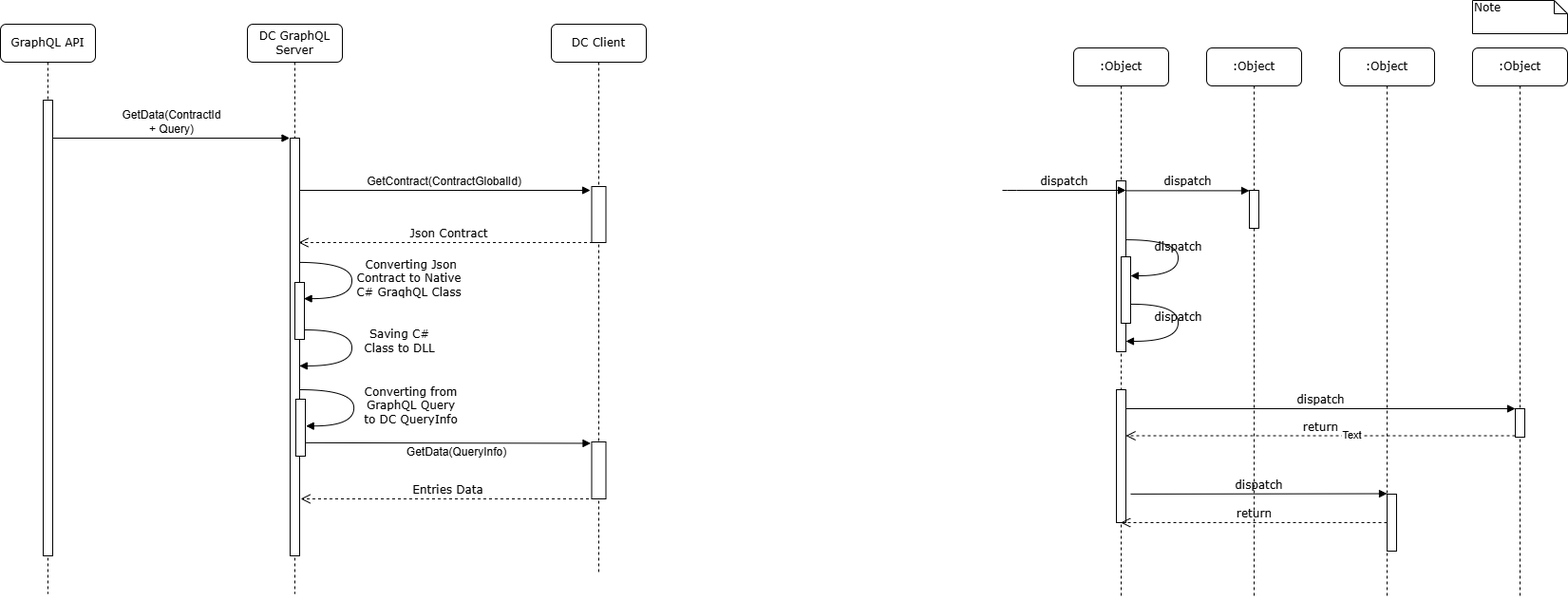
Before: Untitled Diagram.drawio.png, a diagram exported from draw.io (AlVasilyeu/Draw.io). Source tidied: cells renumbered, new cells last; positions are measured from the earlier drawing's top-left corner, leaving out a move shared by most shapes.
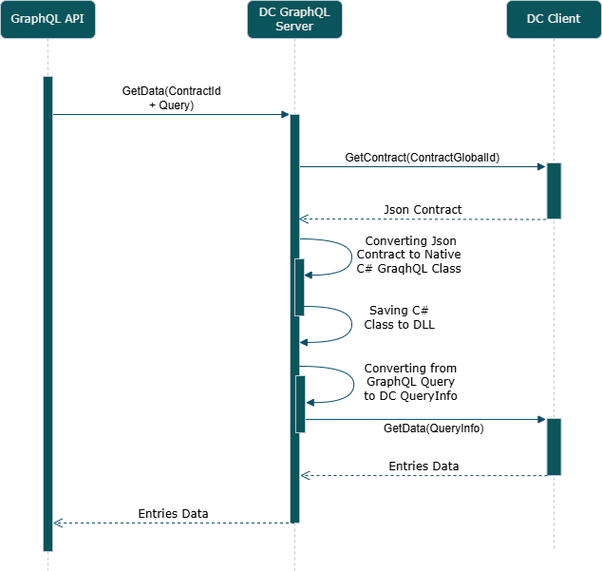
After the commit.

Change to the diagram source:
```diff
@@ -1,102 +1,22 @@
-<mxGraphModel>
+<mxGraphModel background="#ffffff">
   <root>
     <mxCell id="0" />
     <mxCell id="1" parent="0" />
+    <mxCell id="39" style="group;labelBackgroundColor=none;fontColor=#EEEEEE;" parent="1" vertex="1">
+      <mxGeometry x="24" y="25" width="609" height="600" as="geometry" />
+    </mxCell>
-    <mxCell id="2" value="&lt;span style=&quot;font-family: Helvetica; text-wrap-mode: wrap;&quot;&gt;GetContract(ContractGlobalId)&lt;/span&gt;" style="html=1;verticalAlign=bottom;endArrow=block;labelBackgroundColor=none;fontFamily=Verdana;fontSize=12;edgeStyle=elbowEdgeStyle;elbow=vertical;entryX=-0.096;entryY=0.053;entryDx=0;entryDy=0;entryPerimeter=0;" parent="1" edge="1" target="32">
+    <mxCell id="2" value="&lt;span style=&quot;font-family: Helvetica; text-wrap-mode: wrap;&quot;&gt;GetContract(ContractGlobalId)&lt;/span&gt;" style="html=1;verticalAlign=bottom;endArrow=block;labelBackgroundColor=none;fontFamily=Verdana;fontSize=12;edgeStyle=elbowEdgeStyle;elbow=vertical;entryX=-0.096;entryY=0.053;entryDx=0;entryDy=0;entryPerimeter=0;strokeColor=#0B4D6A;fontColor=default;" parent="39" edge="1" target="32">
       <mxGeometry relative="1" as="geometry">
-        <mxPoint x="312" y="200" as="sourcePoint" />
+        <mxPoint x="288" y="175" as="sourcePoint" />
         <Array as="points">
-          <mxPoint x="610" y="200" />
+          <mxPoint x="586" y="175" />
         </Array>
       </mxGeometry>
     </mxCell>
-    <mxCell id="3" value=":Object" style="shape=umlLifeline;perimeter=lifelinePerimeter;whiteSpace=wrap;html=1;outlineConnect=0;rounded=1;shadow=0;comic=0;labelBackgroundColor=none;strokeWidth=1;fontFamily=Verdana;fontSize=12;align=center;" parent="1" vertex="1">
-      <mxGeometry x="1130" y="50" width="100" height="580" as="geometry" />
-    </mxCell>
-    <mxCell id="4" value=":Object" style="shape=umlLifeline;perimeter=lifelinePerimeter;whiteSpace=wrap;html=1;rounded=1;shadow=0;comic=0;labelBackgroundColor=none;strokeWidth=1;fontFamily=Verdana;fontSize=12;align=center;" parent="1" vertex="1">
-      <mxGeometry x="1270" y="50" width="100" height="580" as="geometry" />
-    </mxCell>
-    <mxCell id="5" value=":Object" style="shape=umlLifeline;perimeter=lifelinePerimeter;whiteSpace=wrap;html=1;rounded=1;shadow=0;comic=0;labelBackgroundColor=none;strokeWidth=1;fontFamily=Verdana;fontSize=12;align=center;" parent="1" vertex="1">
-      <mxGeometry x="1410" y="50" width="100" height="580" as="geometry" />
-    </mxCell>
-    <mxCell id="6" value=":Object" style="shape=umlLifeline;perimeter=lifelinePerimeter;whiteSpace=wrap;html=1;rounded=1;shadow=0;comic=0;labelBackgroundColor=none;strokeWidth=1;fontFamily=Verdana;fontSize=12;align=center;" parent="1" vertex="1">
-      <mxGeometry x="1550" y="50" width="100" height="580" as="geometry" />
-    </mxCell>
-    <mxCell id="7" style="html=1;points=[];perimeter=orthogonalPerimeter;rounded=0;shadow=0;comic=0;labelBackgroundColor=none;strokeWidth=1;fontFamily=Verdana;fontSize=12;align=center;" parent="1" vertex="1">
-      <mxGeometry x="1175" y="190" width="10" height="180" as="geometry" />
-    </mxCell>
-    <mxCell id="8" style="html=1;points=[];perimeter=orthogonalPerimeter;rounded=0;shadow=0;comic=0;labelBackgroundColor=none;strokeWidth=1;fontFamily=Verdana;fontSize=12;align=center;" parent="1" vertex="1">
-      <mxGeometry x="1315" y="200" width="10" height="40" as="geometry" />
-    </mxCell>
-    <mxCell id="9" value="dispatch" style="html=1;verticalAlign=bottom;endArrow=block;entryX=0;entryY=0;labelBackgroundColor=none;fontFamily=Verdana;fontSize=12;edgeStyle=elbowEdgeStyle;elbow=vertical;" parent="1" edge="1" source="7" target="8">
-      <mxGeometry relative="1" as="geometry" />
-    </mxCell>
-    <mxCell id="10" style="html=1;points=[];perimeter=orthogonalPerimeter;rounded=0;shadow=0;comic=0;labelBackgroundColor=none;strokeWidth=1;fontFamily=Verdana;fontSize=12;align=center;" parent="1" vertex="1">
-      <mxGeometry x="1175" y="410" width="10" height="140" as="geometry" />
-    </mxCell>
-    <mxCell id="11" style="html=1;points=[];perimeter=orthogonalPerimeter;rounded=0;shadow=0;comic=0;labelBackgroundColor=none;strokeColor=#000000;strokeWidth=1;fillColor=#FFFFFF;fontFamily=Verdana;fontSize=12;fontColor=#000000;align=center;" parent="1" vertex="1">
-      <mxGeometry x="1595" y="430" width="10" height="30" as="geometry" />
-    </mxCell>
-    <mxCell id="12" value="dispatch" style="html=1;verticalAlign=bottom;endArrow=block;entryX=0;entryY=0;labelBackgroundColor=none;fontFamily=Verdana;fontSize=12;" parent="1" edge="1" source="10" target="11">
-      <mxGeometry relative="1" as="geometry" />
-    </mxCell>
-    <mxCell id="13" value="return" style="html=1;verticalAlign=bottom;endArrow=open;dashed=1;endSize=8;exitX=0;exitY=0.95;labelBackgroundColor=none;fontFamily=Verdana;fontSize=12;" parent="1" edge="1" source="11" target="10">
-      <mxGeometry relative="1" as="geometry" />
-    </mxCell>
-    <mxCell id="14" value="Text" style="edgeLabel;html=1;align=center;verticalAlign=middle;" parent="13" vertex="1">
-      <mxGeometry x="-0.16" y="-1" relative="1" as="geometry" />
-    </mxCell>
-    <mxCell id="15" style="html=1;points=[];perimeter=orthogonalPerimeter;rounded=0;shadow=0;comic=0;labelBackgroundColor=none;strokeWidth=1;fontFamily=Verdana;fontSize=12;align=center;" parent="1" vertex="1">
-      <mxGeometry x="1460" y="520" width="10" height="60" as="geometry" />
-    </mxCell>
-    <mxCell id="16" value="dispatch" style="html=1;verticalAlign=bottom;endArrow=block;entryX=0;entryY=0;labelBackgroundColor=none;fontFamily=Verdana;fontSize=12;edgeStyle=elbowEdgeStyle;elbow=vertical;" parent="1" edge="1" target="15">
-      <mxGeometry relative="1" as="geometry">
-        <mxPoint x="1190" y="519.9" as="sourcePoint" />
-      </mxGeometry>
-    </mxCell>
-    <mxCell id="17" value="return" style="html=1;verticalAlign=bottom;endArrow=open;dashed=1;endSize=8;labelBackgroundColor=none;fontFamily=Verdana;fontSize=12;edgeStyle=elbowEdgeStyle;elbow=vertical;" parent="1" edge="1" source="15" target="3">
-      <mxGeometry relative="1" as="geometry">
-        <Array as="points">
-          <mxPoint x="1160" y="570" />
-        </Array>
-      </mxGeometry>
-    </mxCell>
-    <mxCell id="18" style="html=1;points=[];perimeter=orthogonalPerimeter;rounded=0;shadow=0;comic=0;labelBackgroundColor=none;strokeWidth=1;fontFamily=Verdana;fontSize=12;align=center;" parent="1" vertex="1">
-      <mxGeometry x="1180" y="270" width="10" height="70" as="geometry" />
-    </mxCell>
-    <mxCell id="19" value="dispatch" style="html=1;verticalAlign=bottom;endArrow=block;labelBackgroundColor=none;fontFamily=Verdana;fontSize=12;elbow=vertical;edgeStyle=orthogonalEdgeStyle;curved=1;entryX=1;entryY=0.286;entryPerimeter=0;exitX=1.038;exitY=0.345;exitPerimeter=0;" parent="1" edge="1" source="7" target="18">
-      <mxGeometry relative="1" as="geometry">
-        <Array as="points">
-          <mxPoint x="1240" y="252" />
-          <mxPoint x="1240" y="290" />
-        </Array>
-      </mxGeometry>
-    </mxCell>
-    <mxCell id="20" value="dispatch" style="html=1;verticalAlign=bottom;endArrow=block;labelBackgroundColor=none;fontFamily=Verdana;fontSize=12;elbow=vertical;edgeStyle=orthogonalEdgeStyle;curved=1;exitX=1.066;exitY=0.713;exitPerimeter=0;" parent="1" edge="1" source="18">
-      <mxGeometry relative="1" as="geometry">
-        <mxPoint x="1185" y="359" as="targetPoint" />
-        <Array as="points">
-          <mxPoint x="1240" y="320" />
-          <mxPoint x="1240" y="359" />
-        </Array>
-      </mxGeometry>
-    </mxCell>
-    <mxCell id="21" value="Note" style="shape=note;whiteSpace=wrap;html=1;size=14;verticalAlign=top;align=left;spacingTop=-6;rounded=0;shadow=0;comic=0;labelBackgroundColor=none;strokeWidth=1;fontFamily=Verdana;fontSize=12;" parent="1" vertex="1">
-      <mxGeometry x="1550" width="100" height="35" as="geometry" />
-    </mxCell>
-    <mxCell id="22" value="dispatch" style="html=1;verticalAlign=bottom;endArrow=block;labelBackgroundColor=none;fontFamily=Verdana;fontSize=12;edgeStyle=elbowEdgeStyle;elbow=vertical;" parent="1" edge="1">
-      <mxGeometry relative="1" as="geometry">
-        <mxPoint x="1055" y="200" as="sourcePoint" />
-        <mxPoint x="1185" y="200" as="targetPoint" />
-        <Array as="points">
-          <mxPoint x="1060" y="200" />
-        </Array>
-      </mxGeometry>
-    </mxCell>
-    <mxCell id="23" value="DC GraphQL Server" style="shape=umlLifeline;perimeter=lifelinePerimeter;whiteSpace=wrap;html=1;rounded=1;shadow=0;comic=0;labelBackgroundColor=none;strokeWidth=1;fontFamily=Verdana;fontSize=12;align=center;" parent="1" vertex="1">
-      <mxGeometry x="260" y="25" width="100" height="600" as="geometry" />
+    <mxCell id="23" value="DC GraphQL Server" style="shape=umlLifeline;perimeter=lifelinePerimeter;whiteSpace=wrap;html=1;rounded=1;shadow=0;comic=0;labelBackgroundColor=none;strokeWidth=1;fontFamily=Verdana;fontSize=12;align=center;fillColor=#09555B;strokeColor=#BAC8D3;fontColor=#EEEEEE;" parent="39" vertex="1">
+      <mxGeometry x="236" width="100" height="600" as="geometry" />
     </mxCell>
-    <mxCell id="24" value="&amp;nbsp;Converting Json &lt;br&gt;Contract to Native &lt;br&gt;C# GraqhQL Class" style="html=1;verticalAlign=bottom;endArrow=block;labelBackgroundColor=none;fontFamily=Verdana;fontSize=12;elbow=vertical;edgeStyle=orthogonalEdgeStyle;curved=1;entryX=0.956;entryY=0.335;entryPerimeter=0;exitX=0.789;exitY=0.277;exitPerimeter=0;exitDx=0;exitDy=0;entryDx=0;entryDy=0;" parent="23" edge="1">
+    <mxCell id="24" value="&amp;nbsp;Converting Json &lt;br&gt;Contract to Native &lt;br&gt;C# GraqhQL Class" style="html=1;verticalAlign=bottom;endArrow=block;labelBackgroundColor=none;fontFamily=Verdana;fontSize=12;elbow=vertical;edgeStyle=orthogonalEdgeStyle;curved=1;entryX=0.956;entryY=0.335;entryPerimeter=0;exitX=0.789;exitY=0.277;exitPerimeter=0;exitDx=0;exitDy=0;entryDx=0;entryDy=0;strokeColor=#0B4D6A;fontColor=default;" parent="23" edge="1">
       <mxGeometry x="0.31" y="60" relative="1" as="geometry">
         <mxPoint x="52.9" y="250.9" as="sourcePoint" />
         <mxPoint x="59.6" y="289.1" as="targetPoint" />
@@ -107,81 +27,89 @@
         <mxPoint x="60" y="-57" as="offset" />
       </mxGeometry>
     </mxCell>
-    <mxCell id="25" style="html=1;points=[];perimeter=orthogonalPerimeter;rounded=0;shadow=0;comic=0;labelBackgroundColor=none;strokeWidth=1;fontFamily=Verdana;fontSize=12;align=center;" parent="23" vertex="1">
-      <mxGeometry x="45" y="120" width="10" height="440" as="geometry" />
+    <mxCell id="25" style="html=1;points=[];perimeter=orthogonalPerimeter;rounded=0;shadow=0;comic=0;labelBackgroundColor=none;strokeWidth=1;fontFamily=Verdana;fontSize=12;align=center;fillColor=#09555B;strokeColor=#BAC8D3;fontColor=#EEEEEE;" parent="23" vertex="1">
+      <mxGeometry x="45" y="120" width="10" height="430" as="geometry" />
     </mxCell>
-    <mxCell id="26" style="html=1;perimeter=orthogonalPerimeter;rounded=0;shadow=0;comic=0;labelBackgroundColor=none;strokeWidth=1;fontFamily=Verdana;fontSize=12;align=center;" parent="23" vertex="1">
+    <mxCell id="26" style="html=1;perimeter=orthogonalPerimeter;rounded=0;shadow=0;comic=0;labelBackgroundColor=none;strokeWidth=1;fontFamily=Verdana;fontSize=12;align=center;fillColor=#09555B;strokeColor=#BAC8D3;fontColor=#EEEEEE;" parent="23" vertex="1">
       <mxGeometry x="50" y="272" width="10" height="60" as="geometry" />
     </mxCell>
-    <mxCell id="27" value="&lt;font face=&quot;Helvetica&quot;&gt;&lt;span style=&quot;text-wrap-mode: wrap;&quot;&gt;GetData(ContractId + Query)&lt;/span&gt;&lt;/font&gt;" style="html=1;verticalAlign=bottom;endArrow=block;labelBackgroundColor=none;fontFamily=Verdana;fontSize=12;edgeStyle=elbowEdgeStyle;elbow=vertical;entryX=-0.049;entryY=0.001;entryDx=0;entryDy=0;entryPerimeter=0;" parent="23" edge="1" source="28" target="25">
+    <mxCell id="27" value="&lt;font face=&quot;Helvetica&quot;&gt;&lt;span style=&quot;text-wrap-mode: wrap;&quot;&gt;GetData(ContractId + Query)&lt;/span&gt;&lt;/font&gt;" style="html=1;verticalAlign=bottom;endArrow=block;labelBackgroundColor=none;fontFamily=Verdana;fontSize=12;edgeStyle=elbowEdgeStyle;elbow=vertical;entryX=-0.049;entryY=0.001;entryDx=0;entryDy=0;entryPerimeter=0;strokeColor=#0B4D6A;fontColor=default;" parent="23" edge="1" source="28" target="25">
       <mxGeometry x="0.02" relative="1" as="geometry">
         <Array as="points">
           <mxPoint x="-80" y="120" />
         </Array>
       </mxGeometry>
     </mxCell>
-    <mxCell id="28" value="GraphQL API" style="shape=umlLifeline;perimeter=lifelinePerimeter;whiteSpace=wrap;html=1;outlineConnect=0;rounded=1;shadow=0;comic=0;labelBackgroundColor=none;strokeWidth=1;fontFamily=Verdana;fontSize=12;align=center;" parent="23" vertex="1">
+    <mxCell id="28" value="GraphQL API" style="shape=umlLifeline;perimeter=lifelinePerimeter;whiteSpace=wrap;html=1;outlineConnect=0;rounded=1;shadow=0;comic=0;labelBackgroundColor=none;strokeWidth=1;fontFamily=Verdana;fontSize=12;align=center;fillColor=#09555B;strokeColor=#BAC8D3;fontColor=#EEEEEE;" parent="23" vertex="1">
       <mxGeometry x="-260" width="100" height="600" as="geometry" />
     </mxCell>
-    <mxCell id="29" style="html=1;points=[];perimeter=orthogonalPerimeter;rounded=0;shadow=0;comic=0;labelBackgroundColor=none;strokeWidth=1;fontFamily=Verdana;fontSize=12;align=center;" parent="28" vertex="1">
-      <mxGeometry x="45" y="80" width="10" height="480" as="geometry" />
+    <mxCell id="29" style="html=1;points=[];perimeter=orthogonalPerimeter;rounded=0;shadow=0;comic=0;labelBackgroundColor=none;strokeWidth=1;fontFamily=Verdana;fontSize=12;align=center;fillColor=#09555B;strokeColor=#BAC8D3;fontColor=#EEEEEE;" parent="28" vertex="1">
+      <mxGeometry x="45" y="80" width="10" height="500" as="geometry" />
     </mxCell>
-    <mxCell id="30" style="html=1;points=[];perimeter=orthogonalPerimeter;rounded=0;shadow=0;comic=0;labelBackgroundColor=none;strokeWidth=1;fontFamily=Verdana;fontSize=12;align=center;" parent="23" vertex="1">
+    <mxCell id="30" style="html=1;points=[];perimeter=orthogonalPerimeter;rounded=0;shadow=0;comic=0;labelBackgroundColor=none;strokeWidth=1;fontFamily=Verdana;fontSize=12;align=center;fillColor=#09555B;strokeColor=#BAC8D3;fontColor=#EEEEEE;" parent="23" vertex="1">
       <mxGeometry x="51" y="395" width="10" height="60" as="geometry" />
     </mxCell>
-    <mxCell id="31" value="DC Client" style="shape=umlLifeline;perimeter=lifelinePerimeter;whiteSpace=wrap;html=1;rounded=1;shadow=0;comic=0;labelBackgroundColor=none;strokeWidth=1;fontFamily=Verdana;fontSize=12;align=center;" parent="1" vertex="1">
-      <mxGeometry x="580" y="25" width="100" height="580" as="geometry" />
+    <mxCell id="31" value="DC Client" style="shape=umlLifeline;perimeter=lifelinePerimeter;whiteSpace=wrap;html=1;rounded=1;shadow=0;comic=0;labelBackgroundColor=none;strokeWidth=1;fontFamily=Verdana;fontSize=12;align=center;fillColor=#09555B;strokeColor=#BAC8D3;fontColor=#EEEEEE;" parent="39" vertex="1">
+      <mxGeometry x="509" width="100" height="580" as="geometry" />
     </mxCell>
-    <mxCell id="32" style="html=1;points=[];perimeter=orthogonalPerimeter;rounded=0;shadow=0;comic=0;labelBackgroundColor=none;strokeWidth=1;fontFamily=Verdana;fontSize=12;align=center;" parent="31" vertex="1">
+    <mxCell id="32" style="html=1;points=[];perimeter=orthogonalPerimeter;rounded=0;shadow=0;comic=0;labelBackgroundColor=none;strokeWidth=1;fontFamily=Verdana;fontSize=12;align=center;fillColor=#09555B;strokeColor=#BAC8D3;fontColor=#EEEEEE;" parent="31" vertex="1">
       <mxGeometry x="42.5" y="171" width="15" height="59" as="geometry" />
     </mxCell>
-    <mxCell id="33" style="html=1;points=[];perimeter=orthogonalPerimeter;rounded=0;shadow=0;comic=0;labelBackgroundColor=none;strokeWidth=1;fontFamily=Verdana;fontSize=12;align=center;" parent="31" vertex="1">
+    <mxCell id="33" style="html=1;points=[];perimeter=orthogonalPerimeter;rounded=0;shadow=0;comic=0;labelBackgroundColor=none;strokeWidth=1;fontFamily=Verdana;fontSize=12;align=center;fillColor=#09555B;strokeColor=#BAC8D3;fontColor=#EEEEEE;" parent="31" vertex="1">
       <mxGeometry x="42.5" y="440" width="15" height="60" as="geometry" />
     </mxCell>
-    <mxCell id="34" value="Json Contract" style="html=1;verticalAlign=bottom;endArrow=open;dashed=1;endSize=8;labelBackgroundColor=none;fontFamily=Verdana;fontSize=12;edgeStyle=elbowEdgeStyle;elbow=vertical;" parent="1" edge="1">
+    <mxCell id="34" value="Json Contract" style="html=1;verticalAlign=bottom;endArrow=open;dashed=1;endSize=8;labelBackgroundColor=none;fontFamily=Verdana;fontSize=12;edgeStyle=elbowEdgeStyle;elbow=vertical;exitX=-0.064;exitY=1.009;exitDx=0;exitDy=0;exitPerimeter=0;strokeColor=#0B4D6A;fontColor=default;" parent="39" edge="1" source="32">
       <mxGeometry relative="1" as="geometry">
-        <mxPoint x="629.5" y="255" as="sourcePoint" />
-        <mxPoint x="314" y="255" as="targetPoint" />
+        <mxPoint x="290" y="230" as="targetPoint" />
         <Array as="points">
-          <mxPoint x="370" y="255" />
-          <mxPoint x="455" y="255" />
-          <mxPoint x="485" y="255" />
+          <mxPoint x="346" y="230" />
+          <mxPoint x="431" y="230" />
+          <mxPoint x="461" y="230" />
         </Array>
       </mxGeometry>
     </mxCell>
-    <mxCell id="35" value="Saving C# &lt;br&gt;Class to DLL" style="html=1;verticalAlign=bottom;endArrow=block;labelBackgroundColor=none;fontFamily=Verdana;fontSize=12;elbow=vertical;edgeStyle=orthogonalEdgeStyle;curved=1;exitX=0.789;exitY=0.277;exitPerimeter=0;exitDx=0;exitDy=0;entryX=0.981;entryY=0.815;entryDx=0;entryDy=0;entryPerimeter=0;" parent="1" edge="1">
+    <mxCell id="35" value="Saving C# &lt;br&gt;Class to DLL" style="html=1;verticalAlign=bottom;endArrow=block;labelBackgroundColor=none;fontFamily=Verdana;fontSize=12;elbow=vertical;edgeStyle=orthogonalEdgeStyle;curved=1;exitX=0.789;exitY=0.277;exitPerimeter=0;exitDx=0;exitDy=0;entryX=0.981;entryY=0.815;entryDx=0;entryDy=0;entryPerimeter=0;strokeColor=#0B4D6A;fontColor=default;" parent="39" edge="1">
       <mxGeometry x="0.11" y="50" relative="1" as="geometry">
-        <mxPoint x="320" y="347" as="sourcePoint" />
-        <mxPoint x="314.8" y="384.9" as="targetPoint" />
+        <mxPoint x="296" y="322" as="sourcePoint" />
+        <mxPoint x="290.8" y="359.9" as="targetPoint" />
         <Array as="points">
-          <mxPoint x="370" y="347" />
-          <mxPoint x="370" y="385" />
+          <mxPoint x="346" y="322" />
+          <mxPoint x="346" y="360" />
         </Array>
       </mxGeometry>
     </mxCell>
-    <mxCell id="36" value="Converting from &lt;br&gt;GraphQL Query &lt;br&gt;to DC QueryInfo" style="html=1;verticalAlign=bottom;endArrow=block;labelBackgroundColor=none;fontFamily=Verdana;fontSize=12;elbow=vertical;edgeStyle=orthogonalEdgeStyle;curved=1;entryX=0.956;entryY=0.335;entryPerimeter=0;exitX=0.789;exitY=0.277;exitPerimeter=0;exitDx=0;exitDy=0;entryDx=0;entryDy=0;" parent="1" edge="1">
+    <mxCell id="36" value="Converting from &lt;br&gt;GraphQL Query &lt;br&gt;to DC QueryInfo" style="html=1;verticalAlign=bottom;endArrow=block;labelBackgroundColor=none;fontFamily=Verdana;fontSize=12;elbow=vertical;edgeStyle=orthogonalEdgeStyle;curved=1;entryX=0.956;entryY=0.335;entryPerimeter=0;exitX=0.789;exitY=0.277;exitPerimeter=0;exitDx=0;exitDy=0;entryDx=0;entryDy=0;strokeColor=#0B4D6A;fontColor=default;" parent="39" edge="1">
       <mxGeometry x="0.31" y="60" relative="1" as="geometry">
-        <mxPoint x="315" y="410" as="sourcePoint" />
-        <mxPoint x="321.7" y="448.2" as="targetPoint" />
+        <mxPoint x="291" y="385" as="sourcePoint" />
+        <mxPoint x="297.7" y="423.2" as="targetPoint" />
         <Array as="points">
-          <mxPoint x="372.1" y="410.1" />
-          <mxPoint x="372.1" y="448.1" />
+          <mxPoint x="348.1" y="385.1" />
+          <mxPoint x="348.1" y="423.1" />
         </Array>
         <mxPoint x="60" y="-57" as="offset" />
       </mxGeometry>
     </mxCell>
-    <mxCell id="37" value="&lt;span style=&quot;font-family: Helvetica; text-wrap-mode: wrap;&quot;&gt;GetData(QueryInfo)&lt;/span&gt;" style="html=1;verticalAlign=bottom;endArrow=block;labelBackgroundColor=none;fontFamily=Verdana;fontSize=12;edgeStyle=elbowEdgeStyle;elbow=vertical;entryX=-0.067;entryY=0.024;entryDx=0;entryDy=0;entryPerimeter=0;exitX=1.05;exitY=0.765;exitDx=0;exitDy=0;exitPerimeter=0;" parent="1" edge="1" source="30" target="33">
+    <mxCell id="37" value="&lt;span style=&quot;font-family: Helvetica; text-wrap-mode: wrap;&quot;&gt;GetData(QueryInfo)&lt;/span&gt;" style="html=1;verticalAlign=bottom;endArrow=block;labelBackgroundColor=none;fontFamily=Verdana;fontSize=12;edgeStyle=elbowEdgeStyle;elbow=vertical;entryX=-0.067;entryY=0.024;entryDx=0;entryDy=0;entryPerimeter=0;exitX=1.05;exitY=0.765;exitDx=0;exitDy=0;exitPerimeter=0;strokeColor=#0B4D6A;fontColor=default;" parent="39" edge="1" source="30" target="33">
       <mxGeometry x="0.06" y="-19" relative="1" as="geometry" />
     </mxCell>
-    <mxCell id="38" value="Entries Data" style="html=1;verticalAlign=bottom;endArrow=open;dashed=1;endSize=8;labelBackgroundColor=none;fontFamily=Verdana;fontSize=12;edgeStyle=elbowEdgeStyle;elbow=vertical;entryX=1.11;entryY=0.864;entryDx=0;entryDy=0;entryPerimeter=0;" parent="1" edge="1" target="25">
+    <mxCell id="38" value="Entries Data" style="html=1;verticalAlign=bottom;endArrow=open;dashed=1;endSize=8;labelBackgroundColor=none;fontFamily=Verdana;fontSize=12;edgeStyle=elbowEdgeStyle;elbow=vertical;entryX=1.061;entryY=0.886;entryDx=0;entryDy=0;entryPerimeter=0;exitX=0.033;exitY=1.002;exitDx=0;exitDy=0;exitPerimeter=0;strokeColor=#0B4D6A;fontColor=default;" parent="39" edge="1" source="33" target="25">
       <mxGeometry relative="1" as="geometry">
-        <mxPoint x="625.5" y="525" as="sourcePoint" />
         <Array as="points">
-          <mxPoint x="366" y="525" />
-          <mxPoint x="451" y="525" />
-          <mxPoint x="481" y="525" />
+          <mxPoint x="316" y="500" />
+          <mxPoint x="427" y="500" />
+          <mxPoint x="457" y="500" />
         </Array>
       </mxGeometry>
     </mxCell>
+    <mxCell id="40" value="Entries Data" style="html=1;verticalAlign=bottom;endArrow=open;dashed=1;endSize=8;labelBackgroundColor=none;fontFamily=Verdana;fontSize=12;edgeStyle=elbowEdgeStyle;elbow=vertical;entryX=1.018;entryY=0.941;entryDx=0;entryDy=0;entryPerimeter=0;strokeColor=#0B4D6A;fontColor=default;" parent="39" edge="1" target="29">
+      <mxGeometry relative="1" as="geometry">
+        <mxPoint x="285.5" y="550" as="sourcePoint" />
+        <Array as="points">
+          <mxPoint y="550" />
+          <mxPoint x="111" y="550" />
+          <mxPoint x="141" y="550" />
+        </Array>
+      </mxGeometry>
+    </mxCell>
   </root>
 </mxGraphModel>
```
